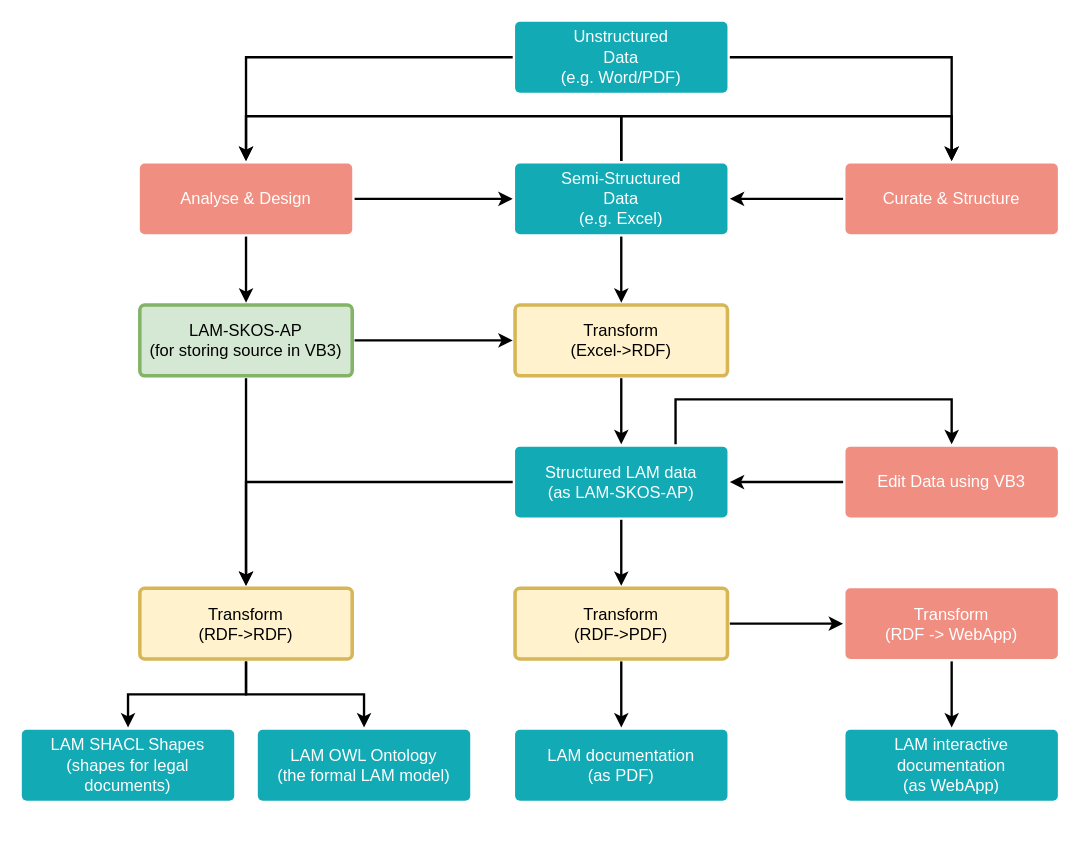
Above: docs/lam vision.drawio in meaningfy-ws/lam4vb3 (draw.io), before the change. Source tidied: cells renumbered, new cells numbered last; positions are measured from the earlier drawing's top-left corner, leaving out a move shared by most shapes. Both pictures are drawn from the tidied source at 118%, with x=0, y=0 at pixel (21, 21).
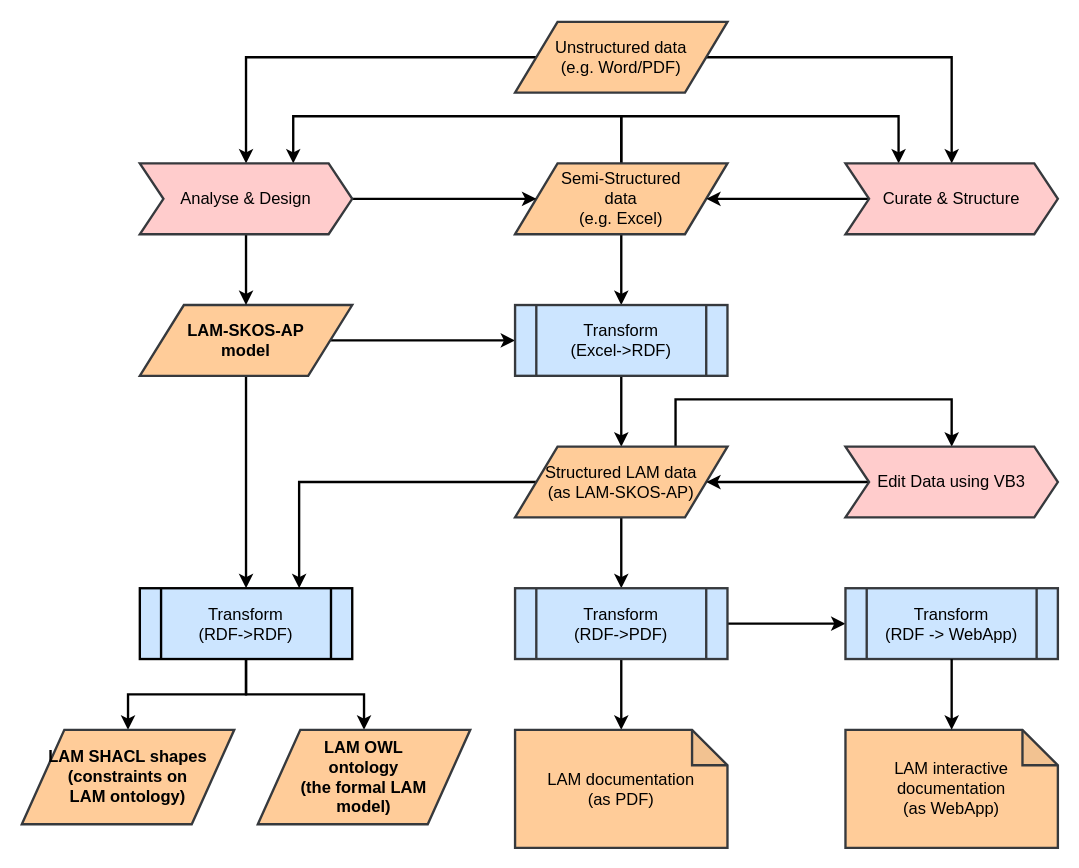
After the change.

Change to the diagram source:
```diff
@@
-    <mxCell id="2" style="edgeStyle=orthogonalEdgeStyle;rounded=0;jettySize=auto;html=1;strokeWidth=2;exitX=0.5;exitY=0;exitDx=0;exitDy=0;entryX=0.5;entryY=0;entryDx=0;entryDy=0;" parent="1" edge="1" source="5" target="10">
+    <mxCell id="2" style="edgeStyle=orthogonalEdgeStyle;rounded=0;jettySize=auto;html=1;strokeWidth=2;exitX=0.5;exitY=0;exitDx=0;exitDy=0;entryX=0.25;entryY=0;entryDx=0;entryDy=0;fontColor=#FFFFFF;" parent="1" edge="1" source="5" target="10">
       <mxGeometry relative="1" as="geometry">
         <Array as="points">
           <mxPoint x="508" y="80" />
-          <mxPoint x="788" y="80" />
+          <mxPoint x="743" y="80" />
         </Array>
       </mxGeometry>
     </mxCell>
-    <mxCell id="3" style="edgeStyle=orthogonalEdgeStyle;rounded=0;jettySize=auto;html=1;strokeWidth=2;exitX=0.5;exitY=1;exitDx=0;exitDy=0;entryX=0.5;entryY=0;entryDx=0;entryDy=0;" parent="1" edge="1" source="5" target="18">
+    <mxCell id="3" style="edgeStyle=orthogonalEdgeStyle;rounded=0;jettySize=auto;html=1;strokeWidth=2;exitX=0.5;exitY=1;exitDx=0;exitDy=0;entryX=0.5;entryY=0;entryDx=0;entryDy=0;fontColor=#FFFFFF;" parent="1" edge="1" source="5" target="18">
       <mxGeometry relative="1" as="geometry" />
     </mxCell>
-    <mxCell id="4" style="edgeStyle=orthogonalEdgeStyle;rounded=0;jettySize=auto;html=1;entryX=0.5;entryY=0;entryDx=0;entryDy=0;strokeWidth=2;" parent="1" edge="1" source="5" target="16">
+    <mxCell id="4" style="edgeStyle=orthogonalEdgeStyle;rounded=0;jettySize=auto;html=1;strokeWidth=2;fontColor=#FFFFFF;" parent="1" edge="1" source="5" target="16">
       <mxGeometry relative="1" as="geometry">
         <Array as="points">
           <mxPoint x="508" y="80" />
-          <mxPoint x="190" y="80" />
+          <mxPoint x="230" y="80" />
         </Array>
       </mxGeometry>
     </mxCell>
-    <mxCell id="5" value="&lt;span style=&quot;font-weight: normal&quot;&gt;Semi-Structured&lt;br&gt;Data&lt;br&gt;(e.g. Excel)&lt;/span&gt;&lt;br&gt;" style="rounded=1;whiteSpace=wrap;html=1;shadow=0;labelBackgroundColor=none;strokeColor=none;strokeWidth=3;fillColor=#12aab5;fontFamily=Helvetica;fontSize=14;fontColor=#FFFFFF;align=center;spacing=5;fontStyle=1;arcSize=7;perimeterSpacing=2;" parent="1" vertex="1">
+    <mxCell id="5" value="&lt;span style=&quot;font-weight: normal&quot;&gt;Semi-Structured &lt;br&gt;data&lt;br&gt;(e.g. Excel)&lt;/span&gt;&lt;br&gt;" style="shape=parallelogram;perimeter=parallelogramPerimeter;whiteSpace=wrap;html=1;shadow=0;fontFamily=Helvetica;fontSize=14;align=center;strokeWidth=2;fillColor=#ffcc99;strokeColor=#36393d;" parent="1" vertex="1">
       <mxGeometry x="418" y="120" width="180" height="60" as="geometry" />
     </mxCell>
-    <mxCell id="6" style="edgeStyle=orthogonalEdgeStyle;rounded=0;jettySize=auto;html=1;strokeWidth=2;exitX=1;exitY=0.5;exitDx=0;exitDy=0;entryX=0.5;entryY=0;entryDx=0;entryDy=0;" parent="1" edge="1" source="8" target="10">
+    <mxCell id="6" style="edgeStyle=orthogonalEdgeStyle;rounded=0;jettySize=auto;html=1;strokeWidth=2;exitX=1;exitY=0.5;exitDx=0;exitDy=0;fontColor=#FFFFFF;" parent="1" edge="1" source="8" target="10">
       <mxGeometry relative="1" as="geometry" />
     </mxCell>
-    <mxCell id="7" style="edgeStyle=orthogonalEdgeStyle;rounded=0;jettySize=auto;html=1;strokeWidth=2;" parent="1" edge="1" source="8" target="16">
+    <mxCell id="7" style="edgeStyle=orthogonalEdgeStyle;rounded=0;jettySize=auto;html=1;strokeWidth=2;fontColor=#FFFFFF;" parent="1" edge="1" source="8" target="16">
       <mxGeometry relative="1" as="geometry" />
     </mxCell>
-    <mxCell id="8" value="&lt;span style=&quot;font-weight: normal&quot;&gt;Unstructured&lt;br&gt;Data&lt;br&gt;(e.g. Word/PDF)&lt;/span&gt;&lt;br&gt;" style="rounded=1;whiteSpace=wrap;html=1;shadow=0;labelBackgroundColor=none;strokeColor=none;strokeWidth=3;fillColor=#12aab5;fontFamily=Helvetica;fontSize=14;fontColor=#FFFFFF;align=center;spacing=5;fontStyle=1;arcSize=7;perimeterSpacing=2;" parent="1" vertex="1">
+    <mxCell id="8" value="&lt;span style=&quot;font-weight: normal&quot;&gt;Unstructured data&lt;br&gt;(e.g. Word/PDF)&lt;/span&gt;&lt;br&gt;" style="shape=parallelogram;perimeter=parallelogramPerimeter;whiteSpace=wrap;html=1;shadow=0;fontFamily=Helvetica;fontSize=14;align=center;strokeWidth=2;fillColor=#ffcc99;strokeColor=#36393d;" parent="1" vertex="1">
       <mxGeometry x="418" width="180" height="60" as="geometry" />
     </mxCell>
-    <mxCell id="9" style="edgeStyle=orthogonalEdgeStyle;rounded=0;jettySize=auto;html=1;entryX=1;entryY=0.5;entryDx=0;entryDy=0;strokeWidth=2;" parent="1" edge="1" source="10" target="5">
+    <mxCell id="9" style="edgeStyle=orthogonalEdgeStyle;rounded=0;jettySize=auto;html=1;entryX=1;entryY=0.5;entryDx=0;entryDy=0;strokeWidth=2;exitX=0;exitY=0.5;exitDx=0;exitDy=0;fontColor=#FFFFFF;" parent="1" edge="1" source="10" target="5">
       <mxGeometry relative="1" as="geometry" />
     </mxCell>
-    <mxCell id="10" value="Curate &amp;amp; Structure" style="rounded=1;whiteSpace=wrap;html=1;shadow=0;labelBackgroundColor=none;strokeColor=none;strokeWidth=3;fillColor=#f08e81;fontFamily=Helvetica;fontSize=14;fontColor=#FFFFFF;align=center;spacing=5;fontStyle=0;arcSize=7;perimeterSpacing=2;" parent="1" vertex="1">
-      <mxGeometry x="698" y="120" width="180" height="60" as="geometry" />
-    </mxCell>
-    <mxCell id="11" style="edgeStyle=orthogonalEdgeStyle;rounded=0;jettySize=auto;html=1;entryX=0;entryY=0.5;entryDx=0;entryDy=0;strokeWidth=2;" parent="1" edge="1" source="13" target="18">
+    <mxCell id="11" style="edgeStyle=orthogonalEdgeStyle;rounded=0;jettySize=auto;html=1;entryX=0;entryY=0.5;entryDx=0;entryDy=0;strokeWidth=2;fontColor=#FFFFFF;" parent="1" edge="1" source="13" target="18">
       <mxGeometry relative="1" as="geometry" />
     </mxCell>
-    <mxCell id="12" style="edgeStyle=orthogonalEdgeStyle;rounded=0;jettySize=auto;html=1;strokeWidth=2;" parent="1" edge="1" source="13" target="34">
+    <mxCell id="12" style="edgeStyle=orthogonalEdgeStyle;rounded=0;jettySize=auto;html=1;strokeWidth=2;fontColor=#FFFFFF;" parent="1" edge="1" source="13" target="34">
       <mxGeometry relative="1" as="geometry" />
     </mxCell>
-    <mxCell id="13" value="&lt;span style=&quot;font-weight: normal&quot;&gt;LAM-SKOS-AP&lt;br&gt;(for storing source in VB3)&lt;/span&gt;&lt;br&gt;" style="rounded=1;whiteSpace=wrap;html=1;shadow=0;labelBackgroundColor=none;strokeColor=#82b366;strokeWidth=3;fillColor=#d5e8d4;fontFamily=Helvetica;fontSize=14;align=center;spacing=5;fontStyle=1;arcSize=7;perimeterSpacing=2;" parent="1" vertex="1">
+    <mxCell id="13" value="&lt;span style=&quot;&quot;&gt;LAM-SKOS-AP &lt;br&gt;model&lt;/span&gt;&lt;br&gt;" style="shape=parallelogram;perimeter=parallelogramPerimeter;whiteSpace=wrap;html=1;shadow=0;fontFamily=Helvetica;fontSize=14;align=center;strokeColor=#36393d;strokeWidth=2;fillColor=#ffcc99;fontStyle=1;size=0.2074074074074074;" parent="1" vertex="1">
       <mxGeometry x="100" y="240" width="180" height="60" as="geometry" />
     </mxCell>
-    <mxCell id="14" style="edgeStyle=orthogonalEdgeStyle;rounded=0;jettySize=auto;html=1;strokeWidth=2;" parent="1" edge="1" source="16" target="5">
+    <mxCell id="14" style="edgeStyle=orthogonalEdgeStyle;rounded=0;jettySize=auto;html=1;strokeWidth=2;exitX=1;exitY=0.5;exitDx=0;exitDy=0;fontColor=#FFFFFF;" parent="1" edge="1" source="16" target="5">
       <mxGeometry relative="1" as="geometry" />
     </mxCell>
-    <mxCell id="15" style="edgeStyle=orthogonalEdgeStyle;rounded=0;jettySize=auto;html=1;strokeWidth=2;entryX=0.5;entryY=0;entryDx=0;entryDy=0;" parent="1" edge="1" source="16" target="13">
+    <mxCell id="15" style="edgeStyle=orthogonalEdgeStyle;rounded=0;jettySize=auto;html=1;strokeWidth=2;entryX=0.5;entryY=0;entryDx=0;entryDy=0;fontColor=#FFFFFF;" parent="1" edge="1" source="16" target="13">
       <mxGeometry relative="1" as="geometry" />
     </mxCell>
-    <mxCell id="16" value="Analyse &amp;amp; Design" style="rounded=1;whiteSpace=wrap;html=1;shadow=0;labelBackgroundColor=none;strokeColor=none;strokeWidth=3;fillColor=#f08e81;fontFamily=Helvetica;fontSize=14;fontColor=#FFFFFF;align=center;spacing=5;fontStyle=0;arcSize=7;perimeterSpacing=2;" parent="1" vertex="1">
-      <mxGeometry x="100" y="120" width="180" height="60" as="geometry" />
-    </mxCell>
-    <mxCell id="17" style="edgeStyle=orthogonalEdgeStyle;rounded=0;jettySize=auto;html=1;strokeWidth=2;" parent="1" edge="1" source="18" target="22">
+    <mxCell id="17" style="edgeStyle=orthogonalEdgeStyle;rounded=0;jettySize=auto;html=1;strokeWidth=2;fontColor=#FFFFFF;" parent="1" edge="1" source="18" target="22">
       <mxGeometry relative="1" as="geometry" />
     </mxCell>
-    <mxCell id="18" value="Transform&lt;br&gt;(Excel-&amp;gt;RDF)&lt;br&gt;" style="rounded=1;whiteSpace=wrap;html=1;shadow=0;labelBackgroundColor=none;strokeColor=#d6b656;strokeWidth=3;fillColor=#fff2cc;fontFamily=Helvetica;fontSize=14;align=center;spacing=5;fontStyle=0;arcSize=7;perimeterSpacing=2;" parent="1" vertex="1">
+    <mxCell id="18" value="Transform&lt;br&gt;(Excel-&amp;gt;RDF)&lt;br&gt;" style="shape=process;whiteSpace=wrap;html=1;backgroundOutline=1;shadow=0;fontFamily=Helvetica;fontSize=14;align=center;strokeColor=#36393d;strokeWidth=2;fillColor=#cce5ff;" parent="1" vertex="1">
       <mxGeometry x="418" y="240" width="180" height="60" as="geometry" />
     </mxCell>
-    <mxCell id="19" style="edgeStyle=orthogonalEdgeStyle;rounded=0;jettySize=auto;html=1;entryX=0.5;entryY=0;entryDx=0;entryDy=0;strokeWidth=2;exitX=0.75;exitY=0;exitDx=0;exitDy=0;" parent="1" edge="1" source="22" target="24">
+    <mxCell id="19" style="edgeStyle=orthogonalEdgeStyle;rounded=0;jettySize=auto;html=1;entryX=0.5;entryY=0;entryDx=0;entryDy=0;strokeWidth=2;exitX=0.75;exitY=0;exitDx=0;exitDy=0;fontColor=#FFFFFF;" parent="1" edge="1" source="22" target="24">
       <mxGeometry relative="1" as="geometry">
         <Array as="points">
           <mxPoint x="554" y="320" />
           <mxPoint x="788" y="320" />
         </Array>
       </mxGeometry>
     </mxCell>
-    <mxCell id="20" style="edgeStyle=orthogonalEdgeStyle;rounded=0;jettySize=auto;html=1;strokeWidth=2;" parent="1" edge="1" source="22" target="27">
+    <mxCell id="20" style="edgeStyle=orthogonalEdgeStyle;rounded=0;jettySize=auto;html=1;strokeWidth=2;fontColor=#FFFFFF;" parent="1" edge="1" source="22" target="27">
       <mxGeometry relative="1" as="geometry" />
     </mxCell>
-    <mxCell id="21" style="edgeStyle=orthogonalEdgeStyle;rounded=0;jettySize=auto;html=1;strokeWidth=2;" parent="1" edge="1" source="22" target="34">
+    <mxCell id="21" style="edgeStyle=orthogonalEdgeStyle;rounded=0;jettySize=auto;html=1;strokeWidth=2;fontColor=#FFFFFF;entryX=0.75;entryY=0;entryDx=0;entryDy=0;" parent="1" edge="1" source="22" target="34">
       <mxGeometry relative="1" as="geometry" />
     </mxCell>
-    <mxCell id="22" value="&lt;span style=&quot;font-weight: normal&quot;&gt;Structured LAM data&lt;br&gt;(as LAM-SKOS-AP)&lt;/span&gt;&lt;br&gt;" style="rounded=1;whiteSpace=wrap;html=1;shadow=0;labelBackgroundColor=none;strokeColor=none;strokeWidth=3;fillColor=#12aab5;fontFamily=Helvetica;fontSize=14;fontColor=#FFFFFF;align=center;spacing=5;fontStyle=1;arcSize=7;perimeterSpacing=2;" parent="1" vertex="1">
+    <mxCell id="22" value="&lt;span style=&quot;font-weight: normal&quot;&gt;Structured LAM data&lt;br&gt;(as LAM-SKOS-AP)&lt;/span&gt;&lt;br&gt;" style="shape=parallelogram;perimeter=parallelogramPerimeter;whiteSpace=wrap;html=1;shadow=0;fontFamily=Helvetica;fontSize=14;align=center;strokeWidth=2;fillColor=#ffcc99;strokeColor=#36393d;" parent="1" vertex="1">
       <mxGeometry x="418" y="360" width="180" height="60" as="geometry" />
     </mxCell>
-    <mxCell id="23" style="edgeStyle=orthogonalEdgeStyle;rounded=0;jettySize=auto;html=1;strokeWidth=2;" parent="1" edge="1" source="24" target="22">
+    <mxCell id="23" style="edgeStyle=orthogonalEdgeStyle;rounded=0;jettySize=auto;html=1;strokeWidth=2;fontColor=#FFFFFF;" parent="1" edge="1" source="24" target="22">
       <mxGeometry relative="1" as="geometry" />
     </mxCell>
-    <mxCell id="24" value="Edit Data using VB3" style="rounded=1;whiteSpace=wrap;html=1;shadow=0;labelBackgroundColor=none;strokeColor=none;strokeWidth=3;fillColor=#f08e81;fontFamily=Helvetica;fontSize=14;fontColor=#FFFFFF;align=center;spacing=5;fontStyle=0;arcSize=7;perimeterSpacing=2;" parent="1" vertex="1">
+    <mxCell id="24" value="Edit Data using VB3" style="shape=step;perimeter=stepPerimeter;whiteSpace=wrap;html=1;fixedSize=1;shadow=0;fontFamily=Helvetica;fontSize=14;align=center;strokeWidth=2;fillColor=#ffcccc;strokeColor=#36393d;" parent="1" vertex="1">
       <mxGeometry x="698" y="360" width="180" height="60" as="geometry" />
     </mxCell>
+    <mxCell id="26" style="edgeStyle=orthogonalEdgeStyle;rounded=0;jettySize=auto;html=1;strokeWidth=2;fontColor=#FFFFFF;" parent="1" edge="1" source="27" target="31">
+      <mxGeometry relative="1" as="geometry" />
+    </mxCell>
-    <mxCell id="25" style="edgeStyle=orthogonalEdgeStyle;rounded=0;jettySize=auto;html=1;strokeWidth=2;" parent="1" edge="1" source="27" target="28">
+    <mxCell id="25" style="edgeStyle=elbowEdgeStyle;rounded=0;jettySize=auto;elbow=vertical;html=1;strokeWidth=2;fontSize=14;fontColor=#FFFFFF;" parent="1" edge="1" source="27" target="28">
       <mxGeometry relative="1" as="geometry" />
     </mxCell>
-    <mxCell id="26" style="edgeStyle=orthogonalEdgeStyle;rounded=0;jettySize=auto;html=1;strokeWidth=2;" parent="1" edge="1" source="27" target="31">
-      <mxGeometry relative="1" as="geometry" />
-    </mxCell>
-    <mxCell id="27" value="Transform&lt;br&gt;(RDF-&amp;gt;PDF)&lt;br&gt;" style="rounded=1;whiteSpace=wrap;html=1;shadow=0;labelBackgroundColor=none;strokeColor=#d6b656;strokeWidth=3;fillColor=#fff2cc;fontFamily=Helvetica;fontSize=14;align=center;spacing=5;fontStyle=0;arcSize=7;perimeterSpacing=2;" parent="1" vertex="1">
+    <mxCell id="27" value="Transform&lt;br&gt;(RDF-&amp;gt;PDF)&lt;br&gt;" style="shape=process;whiteSpace=wrap;html=1;backgroundOutline=1;shadow=0;fontFamily=Helvetica;fontSize=14;align=center;strokeColor=#36393d;strokeWidth=2;fillColor=#cce5ff;" parent="1" vertex="1">
       <mxGeometry x="418" y="480" width="180" height="60" as="geometry" />
     </mxCell>
-    <mxCell id="28" value="&lt;span style=&quot;font-weight: normal&quot;&gt;LAM documentation&lt;br&gt;(as PDF)&lt;/span&gt;&lt;br&gt;" style="rounded=1;whiteSpace=wrap;html=1;shadow=0;labelBackgroundColor=none;strokeColor=none;strokeWidth=3;fillColor=#12aab5;fontFamily=Helvetica;fontSize=14;fontColor=#FFFFFF;align=center;spacing=5;fontStyle=1;arcSize=7;perimeterSpacing=2;" parent="1" vertex="1">
-      <mxGeometry x="418" y="600" width="180" height="60" as="geometry" />
-    </mxCell>
-    <mxCell id="29" value="&lt;span style=&quot;font-weight: normal&quot;&gt;LAM interactive documentation&lt;br&gt;(as WebApp)&lt;/span&gt;&lt;br&gt;" style="rounded=1;whiteSpace=wrap;html=1;shadow=0;labelBackgroundColor=none;strokeColor=none;strokeWidth=3;fillColor=#12aab5;fontFamily=Helvetica;fontSize=14;fontColor=#FFFFFF;align=center;spacing=5;fontStyle=1;arcSize=7;perimeterSpacing=2;" parent="1" vertex="1">
-      <mxGeometry x="698" y="600" width="180" height="60" as="geometry" />
-    </mxCell>
-    <mxCell id="30" style="edgeStyle=orthogonalEdgeStyle;rounded=0;jettySize=auto;html=1;entryX=0.5;entryY=0;entryDx=0;entryDy=0;strokeWidth=2;" parent="1" edge="1" source="31" target="29">
-      <mxGeometry relative="1" as="geometry" />
-    </mxCell>
-    <mxCell id="31" value="Transform &lt;br&gt;(RDF -&amp;gt; WebApp)" style="rounded=1;whiteSpace=wrap;html=1;shadow=0;labelBackgroundColor=none;strokeColor=none;strokeWidth=3;fillColor=#f08e81;fontFamily=Helvetica;fontSize=14;fontColor=#FFFFFF;align=center;spacing=5;fontStyle=0;arcSize=7;perimeterSpacing=2;" parent="1" vertex="1">
+    <mxCell id="31" value="Transform &lt;br&gt;(RDF -&amp;gt; WebApp)" style="shape=process;whiteSpace=wrap;html=1;backgroundOutline=1;shadow=0;fontFamily=Helvetica;fontSize=14;align=center;strokeWidth=2;fillColor=#cce5ff;strokeColor=#36393d;" parent="1" vertex="1">
       <mxGeometry x="698" y="480" width="180" height="60" as="geometry" />
     </mxCell>
-    <mxCell id="32" style="edgeStyle=orthogonalEdgeStyle;rounded=0;jettySize=auto;html=1;strokeWidth=2;" parent="1" edge="1" source="34" target="35">
+    <mxCell id="32" style="edgeStyle=orthogonalEdgeStyle;rounded=0;jettySize=auto;html=1;strokeWidth=2;fontColor=#FFFFFF;" parent="1" edge="1" source="34" target="35">
       <mxGeometry relative="1" as="geometry" />
     </mxCell>
-    <mxCell id="33" style="edgeStyle=orthogonalEdgeStyle;rounded=0;jettySize=auto;html=1;strokeWidth=2;" parent="1" edge="1" source="34" target="36">
+    <mxCell id="33" style="edgeStyle=orthogonalEdgeStyle;rounded=0;jettySize=auto;html=1;strokeWidth=2;fontColor=#FFFFFF;" parent="1" edge="1" source="34" target="36">
       <mxGeometry relative="1" as="geometry" />
     </mxCell>
-    <mxCell id="34" value="Transform&lt;br&gt;(RDF-&amp;gt;RDF)&lt;br&gt;" style="rounded=1;whiteSpace=wrap;html=1;shadow=0;labelBackgroundColor=none;strokeColor=#d6b656;strokeWidth=3;fillColor=#fff2cc;fontFamily=Helvetica;fontSize=14;align=center;spacing=5;fontStyle=0;arcSize=7;perimeterSpacing=2;" parent="1" vertex="1">
+    <mxCell id="34" value="Transform&lt;br&gt;(RDF-&amp;gt;RDF)&lt;br&gt;" style="shape=process;whiteSpace=wrap;html=1;backgroundOutline=1;shadow=0;fontFamily=Helvetica;fontSize=14;align=center;strokeColor=#000000;strokeWidth=2;fillColor=#cce5ff;" parent="1" vertex="1">
       <mxGeometry x="100" y="480" width="180" height="60" as="geometry" />
     </mxCell>
-    <mxCell id="35" value="&lt;span style=&quot;font-weight: normal&quot;&gt;LAM SHACL Shapes&lt;br&gt;(shapes for legal documents)&lt;/span&gt;&lt;br&gt;" style="rounded=1;whiteSpace=wrap;html=1;shadow=0;labelBackgroundColor=none;strokeColor=none;strokeWidth=3;fillColor=#12aab5;fontFamily=Helvetica;fontSize=14;fontColor=#FFFFFF;align=center;spacing=5;fontStyle=1;arcSize=7;perimeterSpacing=2;" parent="1" vertex="1">
-      <mxGeometry y="600" width="180" height="60" as="geometry" />
+    <mxCell id="35" value="&lt;span style=&quot;&quot;&gt;LAM SHACL shapes&lt;br&gt;(constraints on &lt;br&gt;LAM ontology)&lt;/span&gt;&lt;br&gt;" style="shape=parallelogram;perimeter=parallelogramPerimeter;whiteSpace=wrap;html=1;shadow=0;fontFamily=Helvetica;fontSize=14;align=center;strokeWidth=2;fillColor=#ffcc99;strokeColor=#36393d;fontStyle=1;" parent="1" vertex="1">
+      <mxGeometry y="600" width="180" height="80" as="geometry" />
     </mxCell>
-    <mxCell id="36" value="&lt;span style=&quot;font-weight: normal&quot;&gt;LAM OWL Ontology&lt;br&gt;(the formal LAM model)&lt;/span&gt;&lt;br&gt;" style="rounded=1;whiteSpace=wrap;html=1;shadow=0;labelBackgroundColor=none;strokeColor=none;strokeWidth=3;fillColor=#12aab5;fontFamily=Helvetica;fontSize=14;fontColor=#FFFFFF;align=center;spacing=5;fontStyle=1;arcSize=7;perimeterSpacing=2;" parent="1" vertex="1">
-      <mxGeometry x="200" y="600" width="180" height="60" as="geometry" />
+    <mxCell id="36" value="&lt;span&gt;LAM OWL &lt;br&gt;ontology&lt;br&gt;(the formal LAM &lt;br&gt;model)&lt;/span&gt;&lt;br&gt;" style="shape=parallelogram;perimeter=parallelogramPerimeter;whiteSpace=wrap;html=1;shadow=0;fontFamily=Helvetica;fontSize=14;align=center;strokeWidth=2;fillColor=#ffcc99;strokeColor=#36393d;fontStyle=1;" parent="1" vertex="1">
+      <mxGeometry x="200" y="600" width="180" height="80" as="geometry" />
     </mxCell>
+    <mxCell id="29" value="&lt;font style=&quot;font-size: 14px&quot;&gt;&lt;span&gt;LAM interactive documentation&lt;/span&gt;&lt;br&gt;&lt;span&gt;(as WebApp)&lt;/span&gt;&lt;/font&gt;" style="shape=note;whiteSpace=wrap;html=1;backgroundOutline=1;darkOpacity=0.05;fontFamily=Helvetica;fontSize=12;align=center;strokeColor=#36393d;strokeWidth=2;fillColor=#ffcc99;" parent="1" vertex="1">
+      <mxGeometry x="698" y="600" width="180" height="100" as="geometry" />
+    </mxCell>
+    <mxCell id="28" value="&lt;span style=&quot;font-size: 14px;&quot;&gt;LAM documentation&lt;/span&gt;&lt;br style=&quot;font-size: 14px;&quot;&gt;&lt;span style=&quot;font-size: 14px;&quot;&gt;(as PDF)&lt;/span&gt;&lt;br style=&quot;font-size: 14px;&quot;&gt;" style="shape=note;whiteSpace=wrap;html=1;backgroundOutline=1;darkOpacity=0.05;fontFamily=Helvetica;fontSize=14;align=center;strokeWidth=2;fillColor=#ffcc99;strokeColor=#36393d;" parent="1" vertex="1">
+      <mxGeometry x="418" y="600" width="180" height="100" as="geometry" />
+    </mxCell>
+    <mxCell id="30" style="edgeStyle=orthogonalEdgeStyle;rounded=0;jettySize=auto;html=1;strokeWidth=2;exitX=0.5;exitY=1;exitDx=0;exitDy=0;fontColor=#FFFFFF;" parent="1" edge="1" source="31" target="29">
+      <mxGeometry relative="1" as="geometry" />
+    </mxCell>
+    <mxCell id="10" value="&lt;span&gt;&lt;font&gt;Curate &amp;amp; Structure&lt;/font&gt;&lt;/span&gt;" style="shape=step;perimeter=stepPerimeter;whiteSpace=wrap;html=1;fixedSize=1;fontFamily=Helvetica;fontSize=14;align=center;strokeColor=#36393d;strokeWidth=2;fillColor=#ffcccc;" parent="1" vertex="1">
+      <mxGeometry x="698" y="120" width="180" height="60" as="geometry" />
+    </mxCell>
+    <mxCell id="16" value="Analyse &amp;amp; Design&lt;br&gt;" style="shape=step;perimeter=stepPerimeter;whiteSpace=wrap;html=1;fixedSize=1;fontFamily=Helvetica;fontSize=14;align=center;strokeColor=#36393d;strokeWidth=2;fillColor=#ffcccc;gradientColor=none;" parent="1" vertex="1">
+      <mxGeometry x="100" y="120" width="180" height="60" as="geometry" />
+    </mxCell>
```
